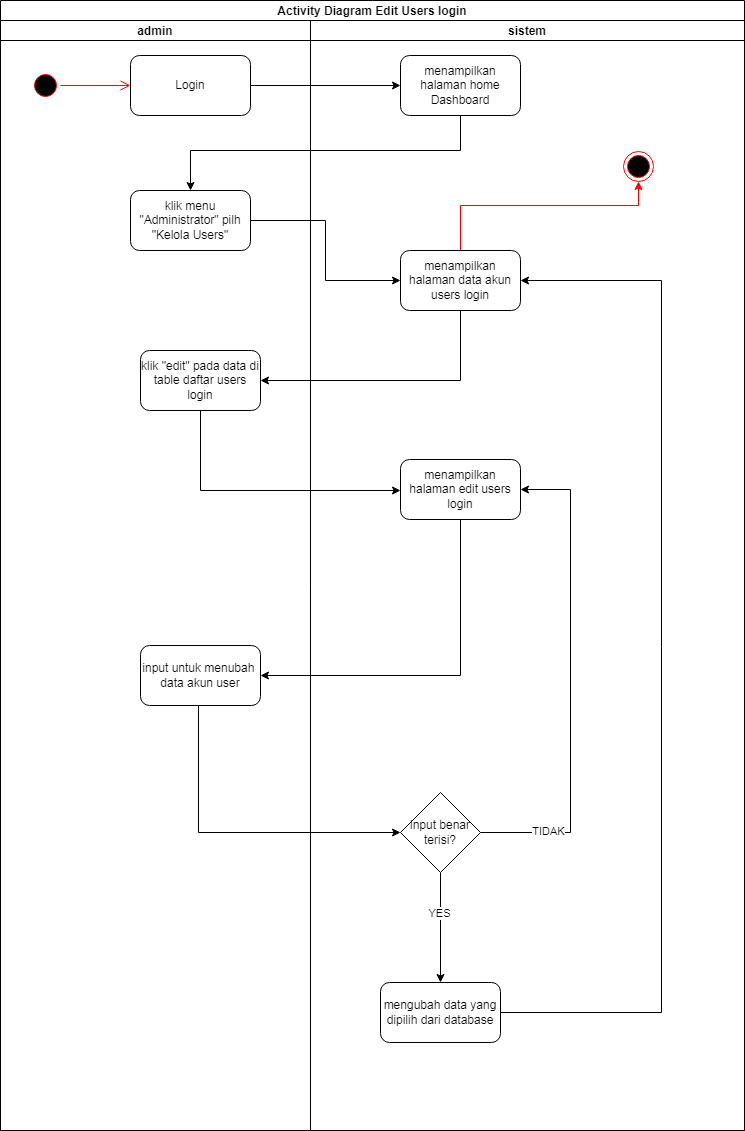
Above: SKRIPSI/UML/2. ACTIVITY/USER/EDIT.png in Rusadi-0/KULIAH (draw.io), before the change. Source tidied: cells renumbered, new cells last; positions are measured from the earlier drawing's top-left corner, leaving out a move shared by most shapes. Source of this version:
```xml
<mxGraphModel>
  <root>
    <mxCell id="0" />
    <mxCell id="1" parent="0" />
    <mxCell id="2" value="Activity Diagram Edit Users login" style="swimlane;startSize=20;" parent="1" vertex="1">
      <mxGeometry width="744" height="1130" as="geometry" />
    </mxCell>
    <mxCell id="3" value="admin" style="swimlane;startSize=20;" parent="2" vertex="1">
      <mxGeometry y="20" width="310" height="1110" as="geometry" />
    </mxCell>
    <mxCell id="4" style="ellipse;html=1;shape=startState;fillColor=#000000;strokeColor=#ff0000;" parent="3" vertex="1">
      <mxGeometry x="30" y="50" width="30" height="30" as="geometry" />
    </mxCell>
    <mxCell id="5" style="edgeStyle=orthogonalEdgeStyle;html=1;verticalAlign=bottom;endArrow=open;endSize=8;strokeColor=#ff0000;rounded=0;" parent="3" edge="1" source="4">
      <mxGeometry relative="1" as="geometry">
        <mxPoint x="130" y="65" as="targetPoint" />
      </mxGeometry>
    </mxCell>
    <mxCell id="6" value="Login" style="rounded=1;whiteSpace=wrap;html=1;" parent="3" vertex="1">
      <mxGeometry x="130" y="35" width="120" height="60" as="geometry" />
    </mxCell>
    <mxCell id="7" value="klik menu &quot;Administrator&quot; pilh &quot;Kelola Users&quot;" style="rounded=1;whiteSpace=wrap;html=1;" parent="3" vertex="1">
      <mxGeometry x="130" y="170" width="120" height="60" as="geometry" />
    </mxCell>
    <mxCell id="8" value="klik &quot;edit&quot; pada data di table daftar users login" style="rounded=1;whiteSpace=wrap;html=1;" parent="3" vertex="1">
      <mxGeometry x="140" y="330" width="120" height="60" as="geometry" />
    </mxCell>
    <mxCell id="9" value="input untuk menubah&amp;nbsp; data akun user " style="rounded=1;whiteSpace=wrap;html=1;" parent="3" vertex="1">
      <mxGeometry x="140" y="625" width="120" height="60" as="geometry" />
    </mxCell>
    <mxCell id="10" value="sistem" style="swimlane;startSize=20;" parent="2" vertex="1">
      <mxGeometry x="310" y="20" width="434" height="1110" as="geometry" />
    </mxCell>
    <mxCell id="11" value="menampilkan halaman home Dashboard" style="rounded=1;whiteSpace=wrap;html=1;" parent="10" vertex="1">
      <mxGeometry x="90" y="35" width="120" height="60" as="geometry" />
    </mxCell>
    <mxCell id="12" style="edgeStyle=orthogonalEdgeStyle;rounded=0;jettySize=auto;html=1;strokeColor=#FF0000;" parent="10" edge="1" source="13" target="14">
      <mxGeometry relative="1" as="geometry">
        <Array as="points">
          <mxPoint x="150" y="185" />
          <mxPoint x="328" y="185" />
        </Array>
      </mxGeometry>
    </mxCell>
    <mxCell id="13" value="menampilkan halaman data akun users login" style="rounded=1;whiteSpace=wrap;html=1;" parent="10" vertex="1">
      <mxGeometry x="90" y="230" width="120" height="60" as="geometry" />
    </mxCell>
    <mxCell id="14" style="ellipse;html=1;shape=endState;fillColor=#000000;strokeColor=#ff0000;" parent="10" vertex="1">
      <mxGeometry x="313" y="131" width="30" height="30" as="geometry" />
    </mxCell>
    <mxCell id="15" value="menampilkan halaman edit users login" style="rounded=1;whiteSpace=wrap;html=1;" parent="10" vertex="1">
      <mxGeometry x="90" y="439" width="120" height="60" as="geometry" />
    </mxCell>
    <mxCell id="16" style="edgeStyle=orthogonalEdgeStyle;rounded=0;jettySize=auto;html=1;entryX=1;entryY=0.5;entryDx=0;entryDy=0;strokeColor=#000000;" parent="10" edge="1" source="20" target="15">
      <mxGeometry relative="1" as="geometry">
        <Array as="points">
          <mxPoint x="260" y="812" />
          <mxPoint x="260" y="469" />
        </Array>
      </mxGeometry>
    </mxCell>
    <mxCell id="17" value="TIDAK" style="edgeLabel;html=1;align=center;verticalAlign=middle;" parent="16" vertex="1">
      <mxGeometry x="-0.72" y="2" relative="1" as="geometry" />
    </mxCell>
    <mxCell id="18" style="edgeStyle=orthogonalEdgeStyle;rounded=0;jettySize=auto;html=1;strokeColor=#000000;" parent="10" edge="1" source="20" target="22">
      <mxGeometry relative="1" as="geometry" />
    </mxCell>
    <mxCell id="19" value="YES" style="edgeLabel;html=1;align=center;verticalAlign=middle;" parent="18" vertex="1">
      <mxGeometry x="-0.27" y="-2" relative="1" as="geometry" />
    </mxCell>
    <mxCell id="20" value="input benar terisi?" style="rhombus;whiteSpace=wrap;html=1;" parent="10" vertex="1">
      <mxGeometry x="90" y="772" width="80" height="80" as="geometry" />
    </mxCell>
    <mxCell id="21" style="edgeStyle=orthogonalEdgeStyle;rounded=0;jettySize=auto;html=1;strokeColor=#000000;entryX=1;entryY=0.5;entryDx=0;entryDy=0;" parent="10" edge="1" source="22" target="13">
      <mxGeometry relative="1" as="geometry">
        <Array as="points">
          <mxPoint x="351" y="992" />
          <mxPoint x="351" y="260" />
        </Array>
      </mxGeometry>
    </mxCell>
    <mxCell id="22" value="mengubah data yang dipilih dari database" style="rounded=1;whiteSpace=wrap;html=1;" parent="10" vertex="1">
      <mxGeometry x="70" y="962" width="120" height="60" as="geometry" />
    </mxCell>
    <mxCell id="23" style="edgeStyle=orthogonalEdgeStyle;rounded=0;jettySize=auto;html=1;entryX=0;entryY=0.5;entryDx=0;entryDy=0;" parent="2" edge="1" source="6" target="11">
      <mxGeometry relative="1" as="geometry" />
    </mxCell>
    <mxCell id="24" style="edgeStyle=orthogonalEdgeStyle;rounded=0;jettySize=auto;html=1;entryX=0.5;entryY=0;entryDx=0;entryDy=0;" parent="2" edge="1" source="11" target="7">
      <mxGeometry relative="1" as="geometry">
        <Array as="points">
          <mxPoint x="460" y="150" />
          <mxPoint x="190" y="150" />
        </Array>
      </mxGeometry>
    </mxCell>
    <mxCell id="25" style="edgeStyle=orthogonalEdgeStyle;rounded=0;jettySize=auto;html=1;entryX=0;entryY=0.5;entryDx=0;entryDy=0;" parent="2" edge="1" source="7" target="13">
      <mxGeometry relative="1" as="geometry" />
    </mxCell>
    <mxCell id="26" style="edgeStyle=orthogonalEdgeStyle;rounded=0;jettySize=auto;html=1;entryX=1;entryY=0.5;entryDx=0;entryDy=0;" parent="2" edge="1" source="13" target="8">
      <mxGeometry relative="1" as="geometry">
        <Array as="points">
          <mxPoint x="460" y="380" />
        </Array>
      </mxGeometry>
    </mxCell>
    <mxCell id="27" style="edgeStyle=orthogonalEdgeStyle;rounded=0;jettySize=auto;html=1;" parent="2" edge="1" source="8" target="15">
      <mxGeometry relative="1" as="geometry">
        <Array as="points">
          <mxPoint x="200" y="490" />
        </Array>
      </mxGeometry>
    </mxCell>
    <mxCell id="28" style="edgeStyle=orthogonalEdgeStyle;rounded=0;jettySize=auto;html=1;entryX=1;entryY=0.5;entryDx=0;entryDy=0;exitX=0.5;exitY=1;exitDx=0;exitDy=0;" parent="2" edge="1" source="15" target="9">
      <mxGeometry relative="1" as="geometry" />
    </mxCell>
    <mxCell id="29" style="edgeStyle=orthogonalEdgeStyle;rounded=0;jettySize=auto;html=1;strokeColor=#000000;" parent="2" edge="1" source="9" target="20">
      <mxGeometry relative="1" as="geometry">
        <Array as="points">
          <mxPoint x="198" y="832" />
        </Array>
      </mxGeometry>
    </mxCell>
  </root>
</mxGraphModel>
```
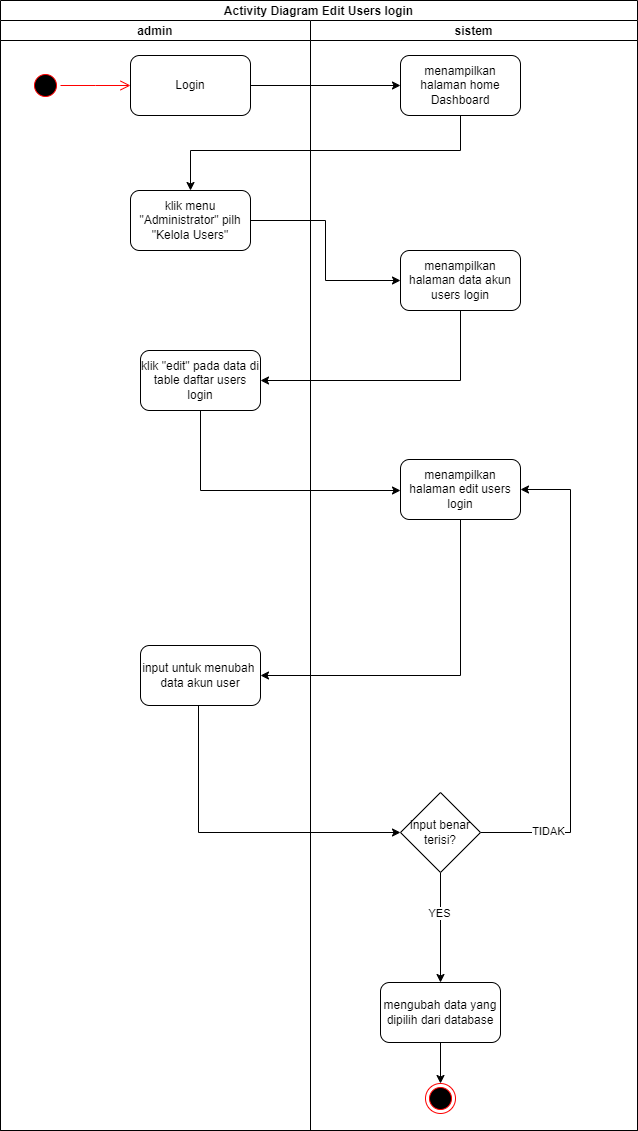
After the commit.

The edit, as a diff of the source:
```diff
@@ -3,7 +3,7 @@
     <mxCell id="0" />
     <mxCell id="1" parent="0" />
     <mxCell id="2" value="Activity Diagram Edit Users login" style="swimlane;startSize=20;" parent="1" vertex="1">
-      <mxGeometry width="744" height="1130" as="geometry" />
+      <mxGeometry width="637" height="1130" as="geometry" />
     </mxCell>
     <mxCell id="3" value="admin" style="swimlane;startSize=20;" parent="2" vertex="1">
       <mxGeometry y="20" width="310" height="1110" as="geometry" />
@@ -29,24 +29,16 @@
       <mxGeometry x="140" y="625" width="120" height="60" as="geometry" />
     </mxCell>
     <mxCell id="10" value="sistem" style="swimlane;startSize=20;" parent="2" vertex="1">
-      <mxGeometry x="310" y="20" width="434" height="1110" as="geometry" />
+      <mxGeometry x="310" y="20" width="327" height="1110" as="geometry" />
     </mxCell>
     <mxCell id="11" value="menampilkan halaman home Dashboard" style="rounded=1;whiteSpace=wrap;html=1;" parent="10" vertex="1">
       <mxGeometry x="90" y="35" width="120" height="60" as="geometry" />
     </mxCell>
-    <mxCell id="12" style="edgeStyle=orthogonalEdgeStyle;rounded=0;jettySize=auto;html=1;strokeColor=#FF0000;" parent="10" edge="1" source="13" target="14">
-      <mxGeometry relative="1" as="geometry">
-        <Array as="points">
-          <mxPoint x="150" y="185" />
-          <mxPoint x="328" y="185" />
-        </Array>
-      </mxGeometry>
-    </mxCell>
     <mxCell id="13" value="menampilkan halaman data akun users login" style="rounded=1;whiteSpace=wrap;html=1;" parent="10" vertex="1">
       <mxGeometry x="90" y="230" width="120" height="60" as="geometry" />
     </mxCell>
     <mxCell id="14" style="ellipse;html=1;shape=endState;fillColor=#000000;strokeColor=#ff0000;" parent="10" vertex="1">
-      <mxGeometry x="313" y="131" width="30" height="30" as="geometry" />
+      <mxGeometry x="115" y="1063" width="30" height="30" as="geometry" />
     </mxCell>
     <mxCell id="15" value="menampilkan halaman edit users login" style="rounded=1;whiteSpace=wrap;html=1;" parent="10" vertex="1">
       <mxGeometry x="90" y="439" width="120" height="60" as="geometry" />
@@ -71,14 +63,9 @@
     <mxCell id="20" value="input benar terisi?" style="rhombus;whiteSpace=wrap;html=1;" parent="10" vertex="1">
       <mxGeometry x="90" y="772" width="80" height="80" as="geometry" />
     </mxCell>
-    <mxCell id="21" style="edgeStyle=orthogonalEdgeStyle;rounded=0;jettySize=auto;html=1;strokeColor=#000000;entryX=1;entryY=0.5;entryDx=0;entryDy=0;" parent="10" edge="1" source="22" target="13">
-      <mxGeometry relative="1" as="geometry">
-        <Array as="points">
-          <mxPoint x="351" y="992" />
-          <mxPoint x="351" y="260" />
-        </Array>
-      </mxGeometry>
-    </mxCell>
+    <mxCell id="30" style="edgeStyle=orthogonalEdgeStyle;rounded=0;jettySize=auto;html=1;" parent="10" edge="1" source="22" target="14">
+      <mxGeometry relative="1" as="geometry" />
+    </mxCell>
     <mxCell id="22" value="mengubah data yang dipilih dari database" style="rounded=1;whiteSpace=wrap;html=1;" parent="10" vertex="1">
       <mxGeometry x="70" y="962" width="120" height="60" as="geometry" />
     </mxCell>
```
